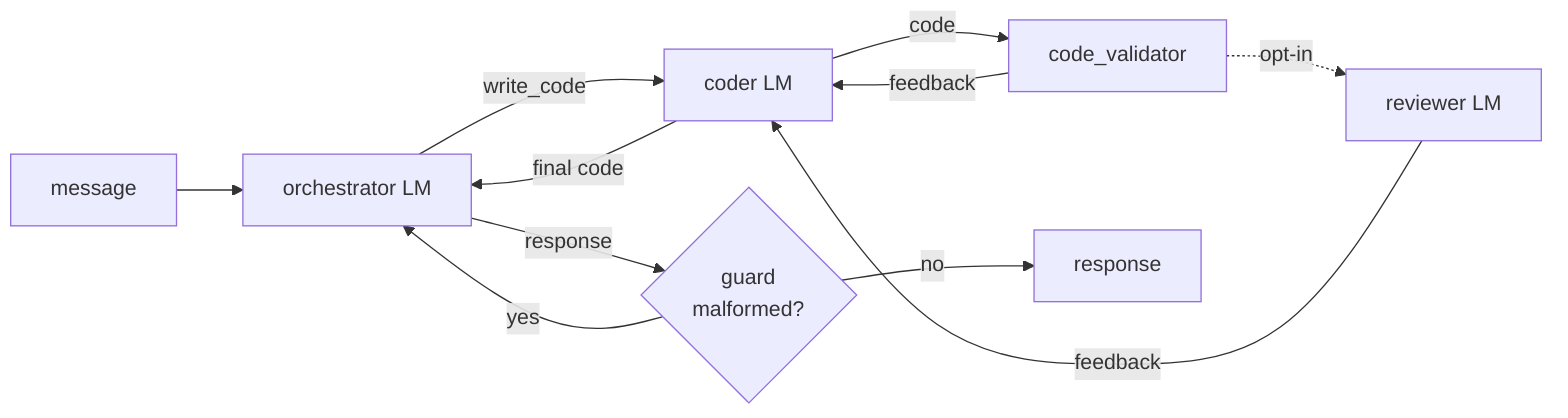
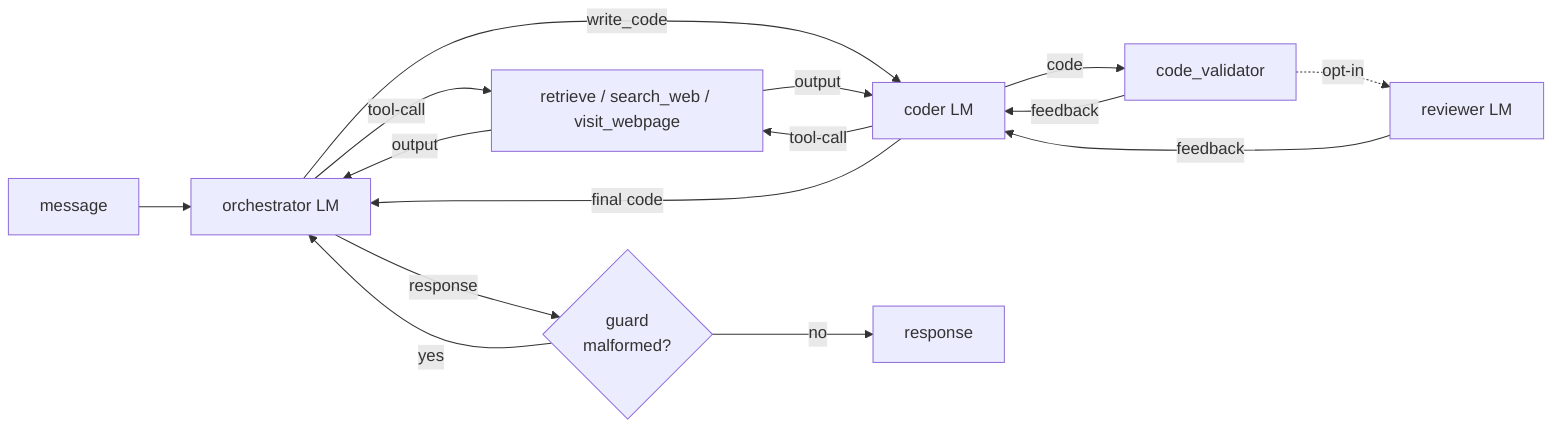
flowchart LR
  M[message] --> O[orchestrator LM]
+   O -->|tool-call| T[retrieve / search_web / visit_webpage]
+   T -->|output| O
  O -->|write_code| C[coder LM]
+   C -->|tool-call| T
+   T -->|output| C
  C -->|code| V[code_validator]
  V -.->|opt-in| Rv[reviewer LM]
  V -->|feedback| C
  Rv -->|feedback| C
  C -->|final code| O
  O -->|response| G{guard<br>malformed?}
  G -->|yes| O
  G -->|no| Resp[response]
